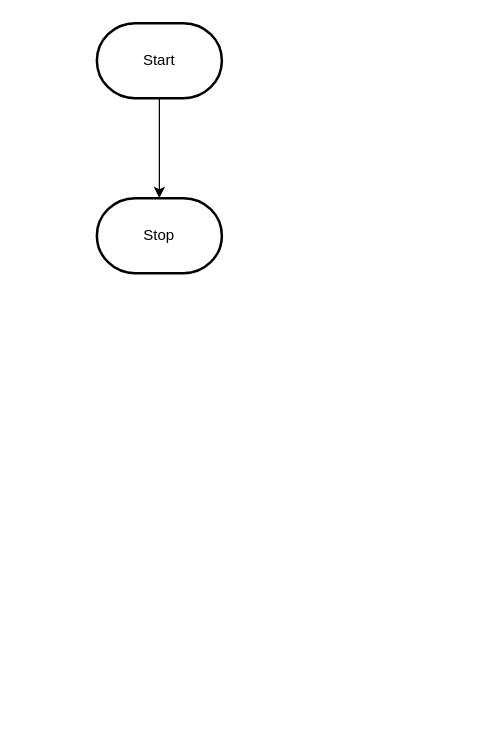
Earlier version of the draw.io diagram design/flowchart.drawio (MTHS-ICS2O-2-2022/ICS2O-Assignment-05-Mariam-Kasim). Source tidied: cells renumbered, new cells numbered last; positions are measured from the earlier drawing's top-left corner, leaving out a move shared by most shapes. Both pictures are drawn from the tidied source at 125%, with x=0, y=0 at pixel (96, 22).
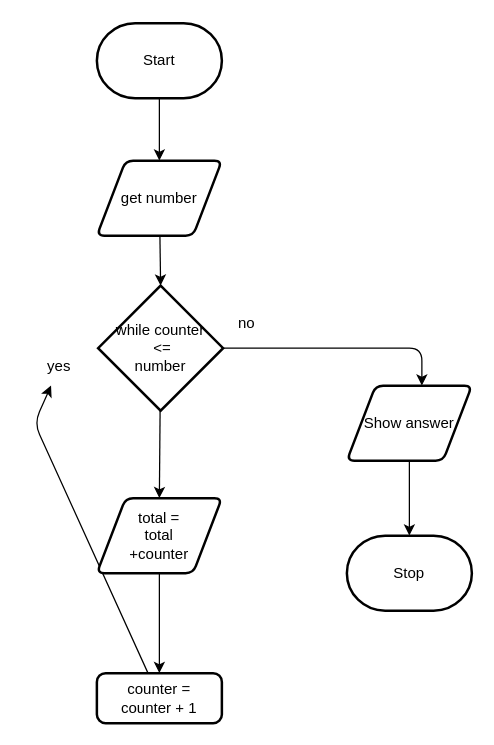
After the change.

The change refers to these unchanged cells:
```xml
<mxCell id="3" value="Start" style="strokeWidth=2;html=1;shape=mxgraph.flowchart.terminator;whiteSpace=wrap;" parent="1" vertex="1">
  <mxGeometry width="100" height="60" as="geometry" />
</mxCell>
```

Diff of the diagram source:
```diff
@@
-    <mxCell id="2" style="edgeStyle=orthogonalEdgeStyle;html=1;rounded=0;" parent="1" edge="1" source="3" target="4">
+    <mxCell id="2" style="edgeStyle=none;html=1;entryX=0.5;entryY=0;entryDx=0;entryDy=0;" parent="1" edge="1" source="3" target="6">
       <mxGeometry relative="1" as="geometry" />
     </mxCell>
@@
+    <mxCell id="5" style="edgeStyle=none;html=1;entryX=0.5;entryY=0;entryDx=0;entryDy=0;entryPerimeter=0;" parent="1" edge="1" source="6" target="9">
+      <mxGeometry relative="1" as="geometry" />
+    </mxCell>
+    <mxCell id="6" value="get number" style="shape=parallelogram;html=1;strokeWidth=2;perimeter=parallelogramPerimeter;whiteSpace=wrap;rounded=1;arcSize=12;size=0.23;" parent="1" vertex="1">
+      <mxGeometry y="110" width="100" height="60" as="geometry" />
+    </mxCell>
+    <mxCell id="7" style="edgeStyle=none;html=1;" parent="1" edge="1" source="9">
+      <mxGeometry relative="1" as="geometry">
+        <mxPoint x="260" y="290" as="targetPoint" />
+        <Array as="points">
+          <mxPoint x="260" y="260" />
+        </Array>
+      </mxGeometry>
+    </mxCell>
+    <mxCell id="8" style="edgeStyle=none;html=1;entryX=0.5;entryY=0;entryDx=0;entryDy=0;" parent="1" edge="1" source="9" target="17">
+      <mxGeometry relative="1" as="geometry" />
+    </mxCell>
+    <mxCell id="9" value="while counter&lt;br&gt;&amp;nbsp;&amp;lt;=&lt;br&gt;number" style="strokeWidth=2;html=1;shape=mxgraph.flowchart.decision;whiteSpace=wrap;" parent="1" vertex="1">
+      <mxGeometry x="1" y="210" width="100" height="100" as="geometry" />
+    </mxCell>
+    <mxCell id="10" style="edgeStyle=none;html=1;" parent="1" edge="1" source="11" target="12">
+      <mxGeometry relative="1" as="geometry">
+        <Array as="points">
+          <mxPoint x="-50" y="320" />
+        </Array>
+      </mxGeometry>
+    </mxCell>
+    <mxCell id="11" value="counter =&lt;br&gt;counter + 1" style="rounded=1;whiteSpace=wrap;html=1;absoluteArcSize=1;arcSize=14;strokeWidth=2;" parent="1" vertex="1">
+      <mxGeometry y="520" width="100" height="40" as="geometry" />
+    </mxCell>
+    <mxCell id="12" value="yes" style="text;strokeColor=none;align=center;fillColor=none;html=1;verticalAlign=middle;whiteSpace=wrap;rounded=0;" parent="1" vertex="1">
+      <mxGeometry x="-60" y="260" width="60" height="30" as="geometry" />
+    </mxCell>
+    <mxCell id="13" value="no" style="text;strokeColor=none;align=center;fillColor=none;html=1;verticalAlign=middle;whiteSpace=wrap;rounded=0;" parent="1" vertex="1">
+      <mxGeometry x="90" y="225" width="60" height="30" as="geometry" />
+    </mxCell>
+    <mxCell id="14" style="edgeStyle=none;html=1;entryX=0.5;entryY=0;entryDx=0;entryDy=0;entryPerimeter=0;" parent="1" edge="1" source="15" target="4">
+      <mxGeometry relative="1" as="geometry" />
+    </mxCell>
+    <mxCell id="15" value="Show answer" style="shape=parallelogram;html=1;strokeWidth=2;perimeter=parallelogramPerimeter;whiteSpace=wrap;rounded=1;arcSize=12;size=0.23;" parent="1" vertex="1">
+      <mxGeometry x="200" y="290" width="100" height="60" as="geometry" />
+    </mxCell>
     <mxCell id="4" value="Stop" style="strokeWidth=2;html=1;shape=mxgraph.flowchart.terminator;whiteSpace=wrap;" parent="1" vertex="1">
-      <mxGeometry y="140" width="100" height="60" as="geometry" />
+      <mxGeometry x="200" y="410" width="100" height="60" as="geometry" />
     </mxCell>
+    <mxCell id="16" style="edgeStyle=none;html=1;entryX=0.5;entryY=0;entryDx=0;entryDy=0;" parent="1" edge="1" source="17" target="11">
+      <mxGeometry relative="1" as="geometry" />
+    </mxCell>
+    <mxCell id="17" value="total =&lt;br&gt;total&lt;br&gt;+counter" style="shape=parallelogram;html=1;strokeWidth=2;perimeter=parallelogramPerimeter;whiteSpace=wrap;rounded=1;arcSize=12;size=0.23;" parent="1" vertex="1">
+      <mxGeometry y="380" width="100" height="60" as="geometry" />
+    </mxCell>
```
